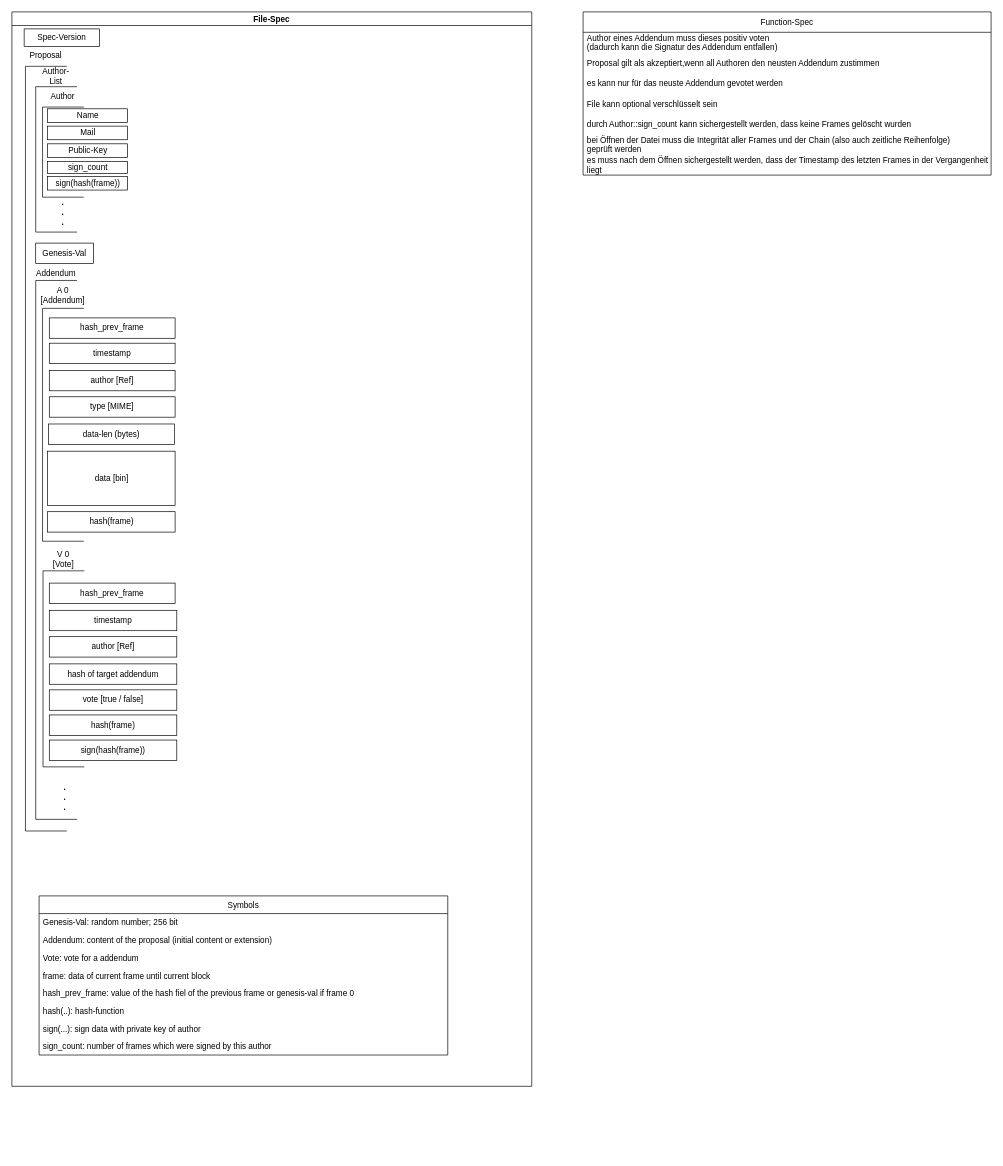
Before: misc/diagrams/File_Spec.drawio in Max-F-Helm/Signage, a draw.io diagram. Source tidied: cells renumbered, new cells numbered last; positions are measured from the earlier drawing's top-left corner, leaving out a move shared by most shapes. Both pictures are drawn from the tidied source at 68%, with x=0, y=0 at pixel (-337, 12).
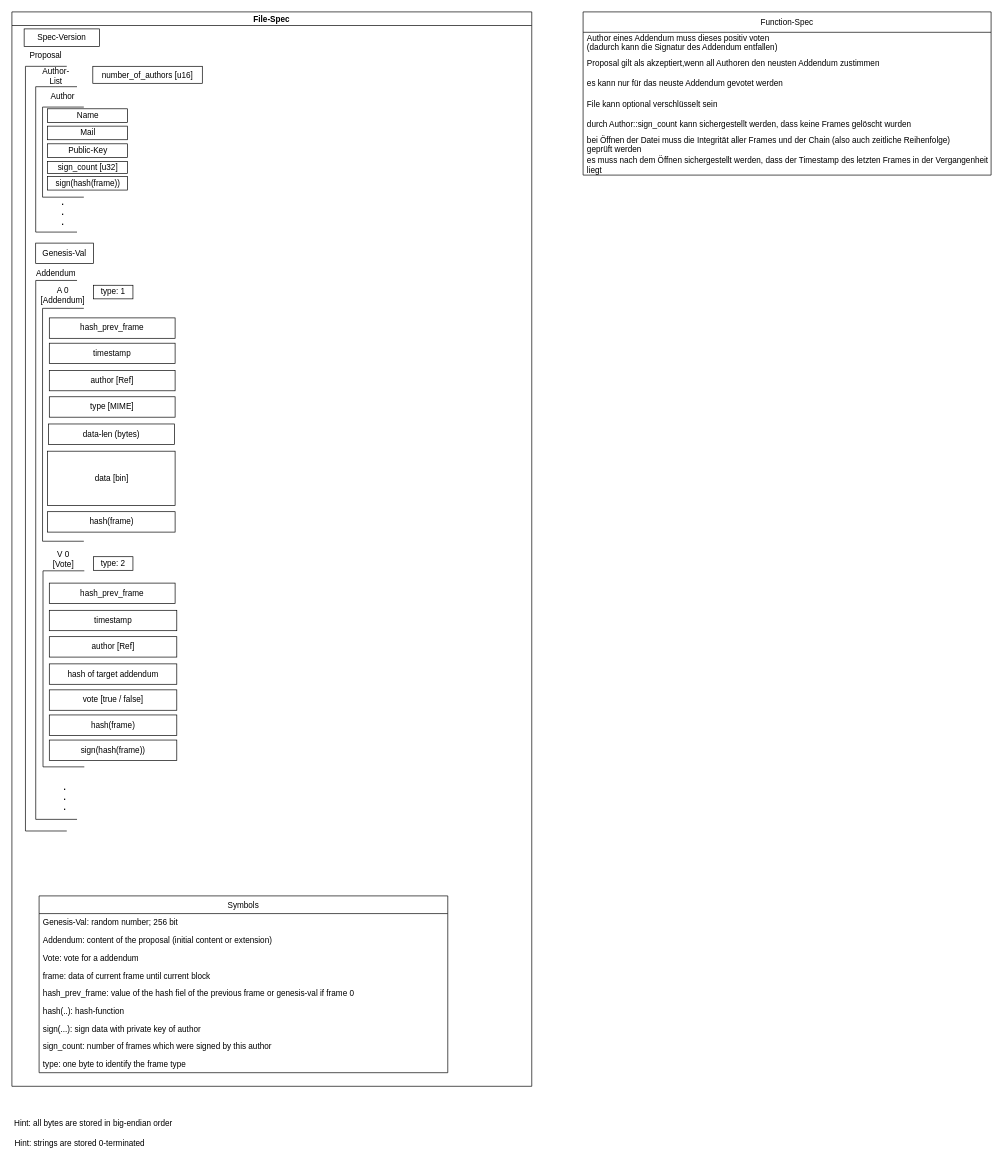
After the change.

The change refers to these unchanged cells:
```xml
<mxCell id="2" value="File-Spec" style="swimlane;startSize=20;" parent="1" vertex="1">
  <mxGeometry x="512" width="764.5" height="1580" as="geometry" />
</mxCell>
```

Change to the diagram source:
```diff
@@
     <mxCell id="32" value="Symbols" style="swimlane;fontStyle=0;horizontal=1;startSize=26;fillColor=none;strokeColor=default;" parent="2" vertex="1">
-      <mxGeometry x="40" y="1300" width="601" height="234" as="geometry" />
+      <mxGeometry x="40" y="1300" width="601" height="260" as="geometry" />
     </mxCell>
@@
+    <mxCell id="55" value="type: one byte to identify the frame type" style="text;strokeColor=none;fillColor=none;align=left;verticalAlign=top;spacingLeft=4;spacingRight=4;overflow=hidden;" parent="32" vertex="1">
+      <mxGeometry y="234" width="601" height="26" as="geometry" />
+    </mxCell>
@@
-    <mxCell id="44" value="sign_count" style="text;html=1;strokeColor=default;fillColor=none;align=center;verticalAlign=middle;whiteSpace=wrap;rounded=0;" parent="2" vertex="1">
+    <mxCell id="44" value="sign_count [u32]" style="text;html=1;strokeColor=default;fillColor=none;align=center;verticalAlign=middle;whiteSpace=wrap;rounded=0;" parent="2" vertex="1">
       <mxGeometry x="52.5" y="220" width="117.5" height="17.5" as="geometry" />
     </mxCell>
@@
+    <mxCell id="56" value="type: 1" style="rounded=0;whiteSpace=wrap;html=1;" parent="2" vertex="1">
+      <mxGeometry x="120" y="402" width="58" height="20" as="geometry" />
+    </mxCell>
+    <mxCell id="57" value="type: 2" style="rounded=0;whiteSpace=wrap;html=1;" parent="2" vertex="1">
+      <mxGeometry x="120" y="801.2" width="58" height="20" as="geometry" />
+    </mxCell>
+    <mxCell id="58" value="number_of_authors [u16]" style="rounded=0;whiteSpace=wrap;html=1;" parent="2" vertex="1">
+      <mxGeometry x="119" y="80" width="161" height="25" as="geometry" />
+    </mxCell>
@@
+    <mxCell id="59" value="Hint: all bytes are stored in big-endian order" style="text;html=1;strokeColor=none;fillColor=none;align=center;verticalAlign=middle;whiteSpace=wrap;rounded=0;" parent="1" vertex="1">
+      <mxGeometry x="512" y="1620" width="240" height="30" as="geometry" />
+    </mxCell>
+    <mxCell id="60" value="Hint: strings are stored 0-terminated" style="text;html=1;strokeColor=none;fillColor=none;align=center;verticalAlign=middle;whiteSpace=wrap;rounded=0;" parent="1" vertex="1">
+      <mxGeometry x="512" y="1650" width="200" height="30" as="geometry" />
+    </mxCell>
```
